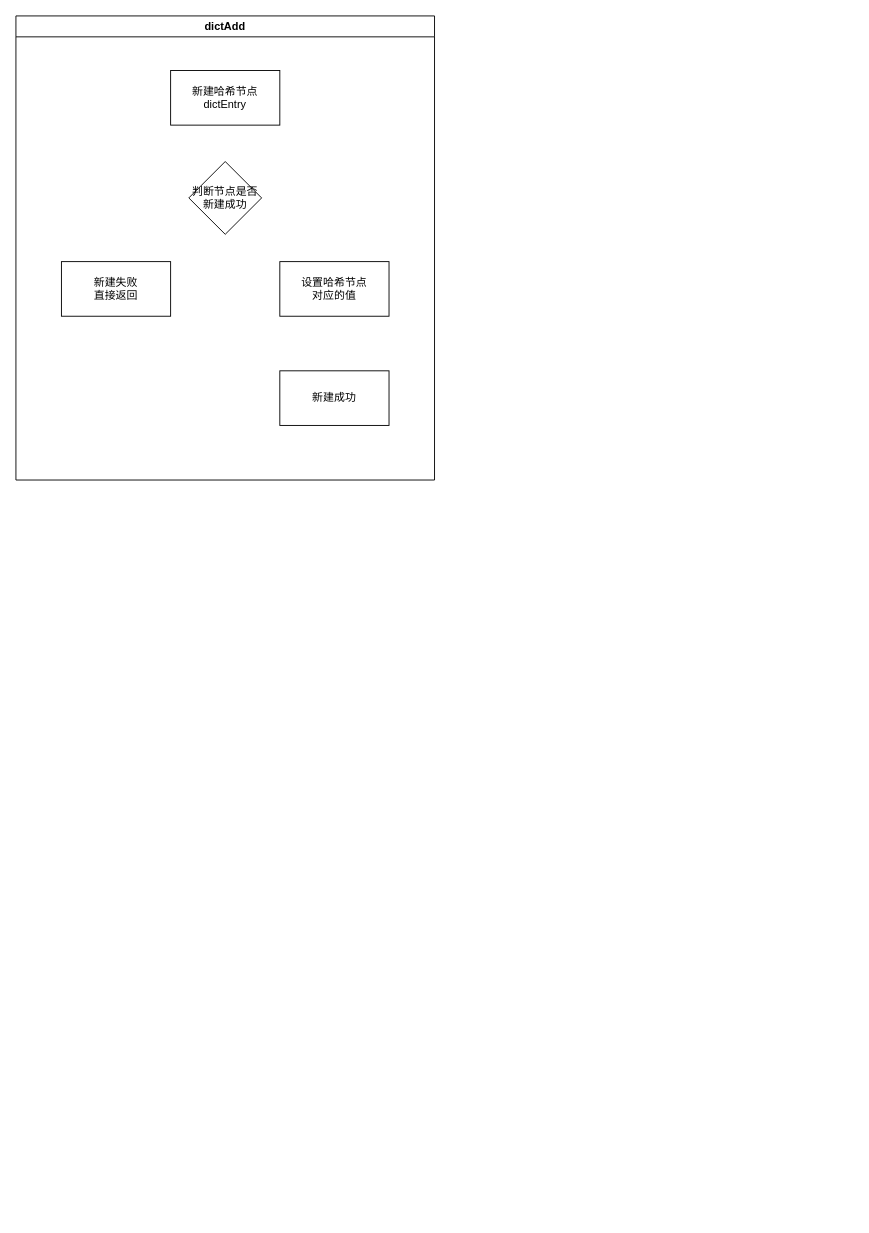
Above: page "dict#dictAdd" (3 of 3) of img/redis/redis.drawio in BiggerYellow/BiggerYellow.github.io (draw.io), before the change. Source tidied: cells renumbered, new cells numbered last; positions are measured from the earlier drawing's top-left corner, leaving out a move shared by most shapes. Both pictures are drawn from the tidied source at 91%, with x=0, y=0 at pixel (15, 15).
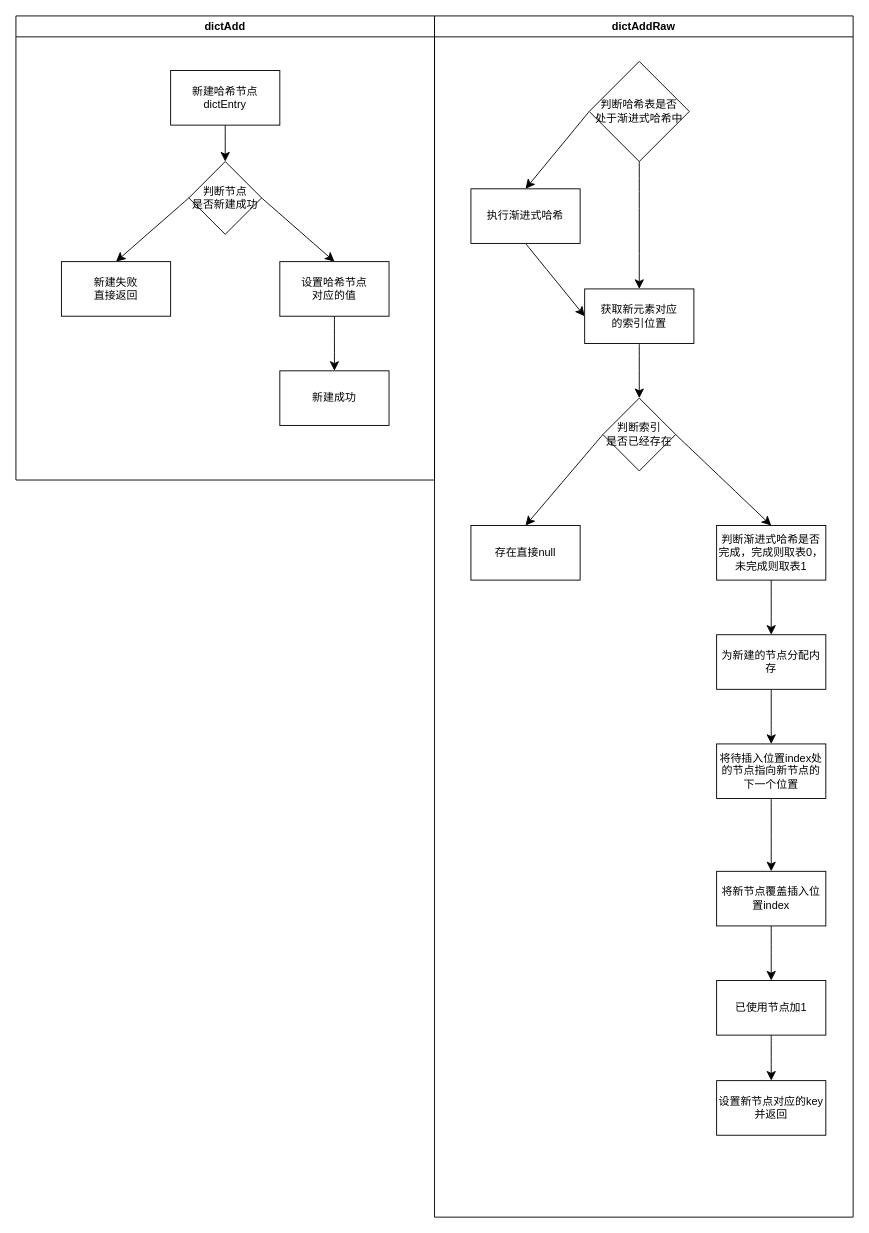
The same page after the edit.

Unchanged cells that the change refers to:
```xml
<mxCell id="2" value="dictAdd" style="swimlane;whiteSpace=wrap;html=1;" parent="1" vertex="1">
  <mxGeometry width="460" height="510" as="geometry" />
</mxCell>
<mxCell id="3" value="新建哈希节点&lt;div&gt;dictEntry&lt;/div&gt;" style="rounded=0;whiteSpace=wrap;html=1;" parent="2" vertex="1">
  <mxGeometry x="170" y="60" width="120" height="60" as="geometry" />
</mxCell>
<mxCell id="5" value="新建失败&lt;div&gt;直接返回&lt;/div&gt;" style="rounded=0;whiteSpace=wrap;html=1;" parent="2" vertex="1">
  <mxGeometry x="50" y="270" width="120" height="60" as="geometry" />
</mxCell>
<mxCell id="6" value="设置哈希节点&lt;div&gt;对应的值&lt;/div&gt;" style="rounded=0;whiteSpace=wrap;html=1;" parent="2" vertex="1">
  <mxGeometry x="290" y="270" width="120" height="60" as="geometry" />
</mxCell>
<mxCell id="7" value="新建成功" style="rounded=0;whiteSpace=wrap;html=1;" parent="2" vertex="1">
  <mxGeometry x="290" y="390" width="120" height="60" as="geometry" />
</mxCell>
```

The edit, as a diff of the source:
```diff
@@
+    <mxCell id="8" style="edgeStyle=none;curved=1;rounded=0;jettySize=auto;html=1;exitX=0.5;exitY=1;exitDx=0;exitDy=0;entryX=0.5;entryY=0;entryDx=0;entryDy=0;fontSize=12;startSize=8;endSize=8;" parent="2" edge="1" source="3" target="4">
+      <mxGeometry relative="1" as="geometry" />
+    </mxCell>
@@
+    <mxCell id="9" style="edgeStyle=none;curved=1;rounded=0;jettySize=auto;html=1;exitX=0;exitY=0.5;exitDx=0;exitDy=0;entryX=0.5;entryY=0;entryDx=0;entryDy=0;fontSize=12;startSize=8;endSize=8;" parent="2" edge="1" source="4" target="5">
+      <mxGeometry relative="1" as="geometry" />
+    </mxCell>
+    <mxCell id="10" style="edgeStyle=none;curved=1;rounded=0;jettySize=auto;html=1;exitX=1;exitY=0.5;exitDx=0;exitDy=0;entryX=0.5;entryY=0;entryDx=0;entryDy=0;fontSize=12;startSize=8;endSize=8;" parent="2" edge="1" source="4" target="6">
+      <mxGeometry relative="1" as="geometry" />
+    </mxCell>
-    <mxCell id="4" value="判断节点是否&lt;div&gt;新建成功&lt;/div&gt;" style="rhombus;whiteSpace=wrap;html=1;" parent="2" vertex="1">
+    <mxCell id="4" value="判断节点&lt;div&gt;是否&lt;span style=&quot;background-color: initial;&quot;&gt;新建成功&lt;/span&gt;&lt;/div&gt;" style="rhombus;whiteSpace=wrap;html=1;" parent="2" vertex="1">
       <mxGeometry x="190" y="160" width="80" height="80" as="geometry" />
     </mxCell>
@@
+    <mxCell id="11" style="edgeStyle=none;curved=1;rounded=0;jettySize=auto;html=1;exitX=0.5;exitY=1;exitDx=0;exitDy=0;entryX=0.5;entryY=0;entryDx=0;entryDy=0;fontSize=12;startSize=8;endSize=8;" parent="2" edge="1" source="6" target="7">
+      <mxGeometry relative="1" as="geometry" />
+    </mxCell>
@@
+    <mxCell id="12" value="dictAddRaw" style="swimlane;whiteSpace=wrap;html=1;" parent="1" vertex="1">
+      <mxGeometry x="460" width="460" height="1320" as="geometry" />
+    </mxCell>
+    <mxCell id="13" style="edgeStyle=none;curved=1;rounded=0;jettySize=auto;html=1;exitX=0;exitY=0.5;exitDx=0;exitDy=0;entryX=0.5;entryY=0;entryDx=0;entryDy=0;fontSize=12;startSize=8;endSize=8;" parent="12" edge="1" source="15" target="17">
+      <mxGeometry relative="1" as="geometry" />
+    </mxCell>
+    <mxCell id="14" style="edgeStyle=none;curved=1;rounded=0;jettySize=auto;html=1;exitX=0.5;exitY=1;exitDx=0;exitDy=0;entryX=0.5;entryY=0;entryDx=0;entryDy=0;fontSize=12;startSize=8;endSize=8;" parent="12" edge="1" source="15" target="19">
+      <mxGeometry relative="1" as="geometry" />
+    </mxCell>
+    <mxCell id="15" value="判断哈希表是否&lt;div&gt;处于渐进式哈希中&lt;/div&gt;" style="rhombus;whiteSpace=wrap;html=1;" parent="12" vertex="1">
+      <mxGeometry x="170" y="50" width="110" height="110" as="geometry" />
+    </mxCell>
+    <mxCell id="16" style="edgeStyle=none;curved=1;rounded=0;jettySize=auto;html=1;exitX=0.5;exitY=1;exitDx=0;exitDy=0;entryX=0;entryY=0.5;entryDx=0;entryDy=0;fontSize=12;startSize=8;endSize=8;" parent="12" edge="1" source="17" target="19">
+      <mxGeometry relative="1" as="geometry" />
+    </mxCell>
+    <mxCell id="17" value="执行渐进式哈希" style="rounded=0;whiteSpace=wrap;html=1;" parent="12" vertex="1">
+      <mxGeometry x="40" y="190" width="120" height="60" as="geometry" />
+    </mxCell>
+    <mxCell id="18" style="edgeStyle=none;curved=1;rounded=0;jettySize=auto;html=1;exitX=0.5;exitY=1;exitDx=0;exitDy=0;entryX=0.5;entryY=0;entryDx=0;entryDy=0;fontSize=12;startSize=8;endSize=8;" parent="12" edge="1" source="19" target="22">
+      <mxGeometry relative="1" as="geometry" />
+    </mxCell>
+    <mxCell id="19" value="获取新元素对应&lt;div&gt;的索引位置&lt;/div&gt;" style="rounded=0;whiteSpace=wrap;html=1;" parent="12" vertex="1">
+      <mxGeometry x="165" y="300" width="120" height="60" as="geometry" />
+    </mxCell>
+    <mxCell id="20" style="edgeStyle=none;curved=1;rounded=0;jettySize=auto;html=1;exitX=0;exitY=0.5;exitDx=0;exitDy=0;entryX=0.5;entryY=0;entryDx=0;entryDy=0;fontSize=12;startSize=8;endSize=8;" parent="12" edge="1" source="22" target="29">
+      <mxGeometry relative="1" as="geometry" />
+    </mxCell>
+    <mxCell id="21" style="edgeStyle=none;curved=1;rounded=0;jettySize=auto;html=1;exitX=1;exitY=0.5;exitDx=0;exitDy=0;entryX=0.5;entryY=0;entryDx=0;entryDy=0;fontSize=12;startSize=8;endSize=8;" parent="12" edge="1" source="22" target="24">
+      <mxGeometry relative="1" as="geometry" />
+    </mxCell>
+    <mxCell id="22" value="判断索引&lt;div&gt;是否已经存在&lt;/div&gt;" style="rhombus;whiteSpace=wrap;html=1;" parent="12" vertex="1">
+      <mxGeometry x="185" y="420" width="80" height="80" as="geometry" />
+    </mxCell>
+    <mxCell id="23" style="edgeStyle=none;curved=1;rounded=0;jettySize=auto;html=1;exitX=0.5;exitY=1;exitDx=0;exitDy=0;entryX=0.5;entryY=0;entryDx=0;entryDy=0;fontSize=12;startSize=8;endSize=8;" parent="12" edge="1" source="24" target="26">
+      <mxGeometry relative="1" as="geometry" />
+    </mxCell>
+    <mxCell id="24" value="判断渐进式哈希是否完成，完成则取表0，未完成则取表1" style="rounded=0;whiteSpace=wrap;html=1;" parent="12" vertex="1">
+      <mxGeometry x="310" y="560" width="120" height="60" as="geometry" />
+    </mxCell>
+    <mxCell id="25" style="edgeStyle=none;curved=1;rounded=0;jettySize=auto;html=1;exitX=0.5;exitY=1;exitDx=0;exitDy=0;entryX=0.5;entryY=0;entryDx=0;entryDy=0;fontSize=12;startSize=8;endSize=8;" parent="12" edge="1" source="26" target="28">
+      <mxGeometry relative="1" as="geometry" />
+    </mxCell>
+    <mxCell id="26" value="为新建的节点分配内存" style="rounded=0;whiteSpace=wrap;html=1;" parent="12" vertex="1">
+      <mxGeometry x="310" y="680" width="120" height="60" as="geometry" />
+    </mxCell>
+    <mxCell id="27" style="edgeStyle=none;curved=1;rounded=0;jettySize=auto;html=1;exitX=0.5;exitY=1;exitDx=0;exitDy=0;entryX=0.5;entryY=0;entryDx=0;entryDy=0;fontSize=12;startSize=8;endSize=8;" parent="12" edge="1" source="28" target="31">
+      <mxGeometry relative="1" as="geometry" />
+    </mxCell>
+    <mxCell id="28" value="将待插入位置index处的节点指向新节点的下一个位置" style="rounded=0;whiteSpace=wrap;html=1;" parent="12" vertex="1">
+      <mxGeometry x="310" y="800" width="120" height="60" as="geometry" />
+    </mxCell>
+    <mxCell id="29" value="存在直接null" style="rounded=0;whiteSpace=wrap;html=1;" parent="12" vertex="1">
+      <mxGeometry x="40" y="560" width="120" height="60" as="geometry" />
+    </mxCell>
+    <mxCell id="30" style="edgeStyle=none;curved=1;rounded=0;jettySize=auto;html=1;exitX=0.5;exitY=1;exitDx=0;exitDy=0;entryX=0.5;entryY=0;entryDx=0;entryDy=0;fontSize=12;startSize=8;endSize=8;" parent="12" edge="1" source="31" target="33">
+      <mxGeometry relative="1" as="geometry" />
+    </mxCell>
+    <mxCell id="31" value="将新节点覆盖插入位置index" style="rounded=0;whiteSpace=wrap;html=1;" parent="12" vertex="1">
+      <mxGeometry x="310" y="940" width="120" height="60" as="geometry" />
+    </mxCell>
+    <mxCell id="32" style="edgeStyle=none;curved=1;rounded=0;jettySize=auto;html=1;exitX=0.5;exitY=1;exitDx=0;exitDy=0;entryX=0.5;entryY=0;entryDx=0;entryDy=0;fontSize=12;startSize=8;endSize=8;" parent="12" edge="1" source="33" target="34">
+      <mxGeometry relative="1" as="geometry" />
+    </mxCell>
+    <mxCell id="33" value="已使用节点加1" style="rounded=0;whiteSpace=wrap;html=1;" parent="12" vertex="1">
+      <mxGeometry x="310" y="1060" width="120" height="60" as="geometry" />
+    </mxCell>
+    <mxCell id="34" value="设置新节点对应的key并返回" style="rounded=0;whiteSpace=wrap;html=1;" parent="12" vertex="1">
+      <mxGeometry x="310" y="1170" width="120" height="60" as="geometry" />
+    </mxCell>
```
